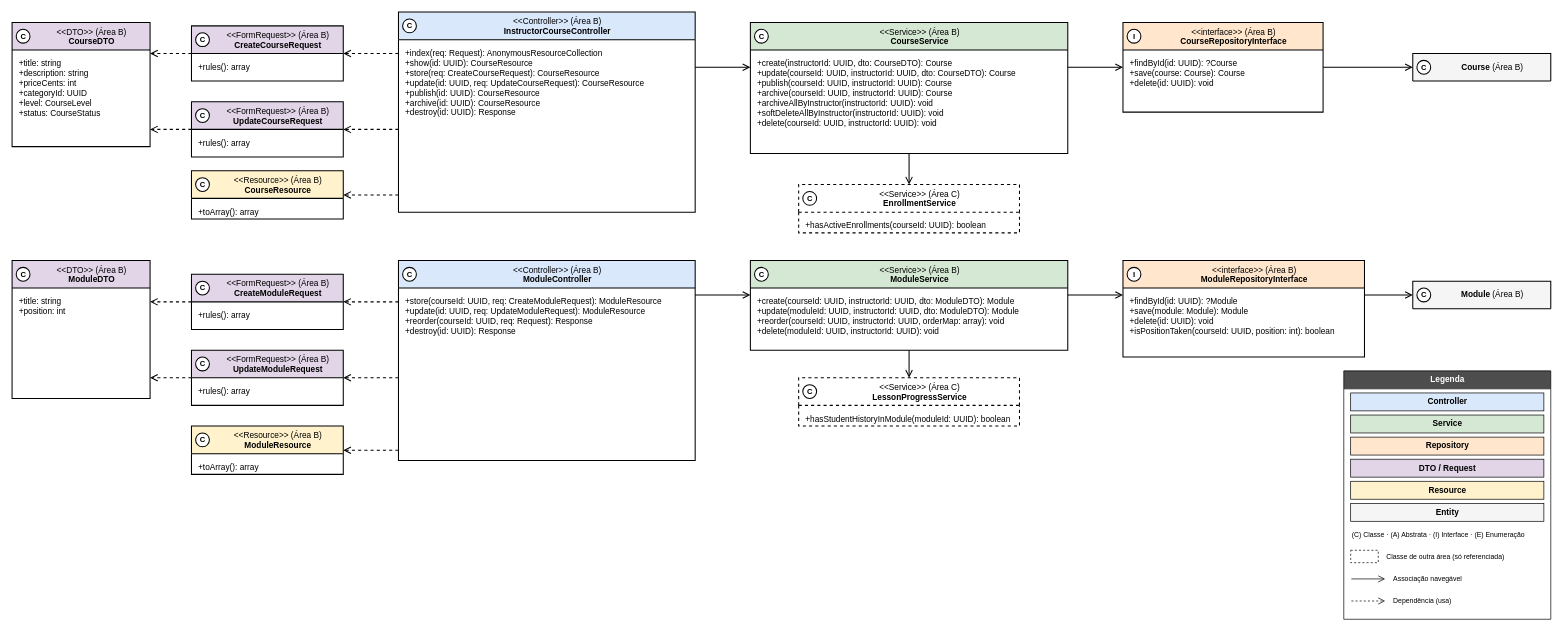
The draw.io diagram especificacao/diagramas/13-classes-area-b-implementacao-cursos-modulos.drawio in Plataforma-de-Cursos-TCC/plataforma-cursos-docs, before the edit. Source tidied: cells renumbered, new cells numbered last; positions are measured from the earlier drawing's top-left corner, leaving out a move shared by most shapes. Both pictures are drawn from the tidied source at 69%, with x=0, y=0 at pixel (12, 12).
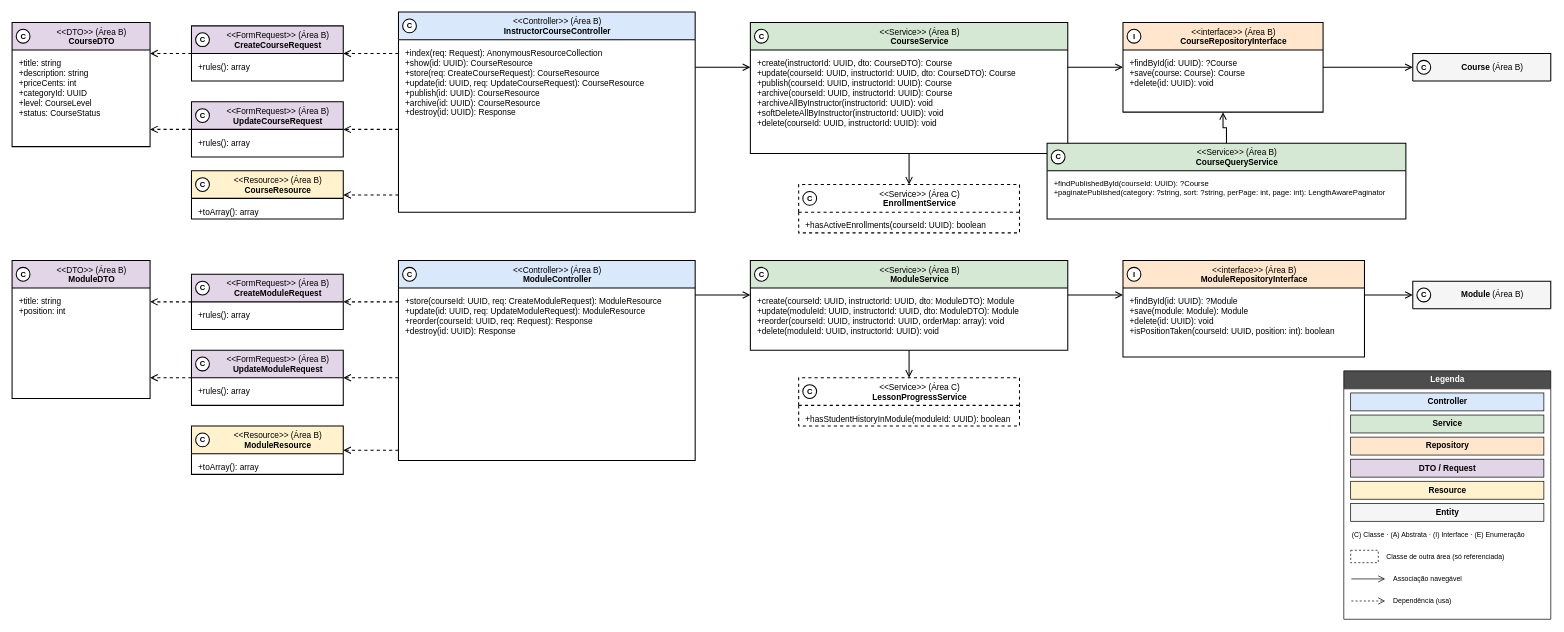
Above is the later version.

Commit message (it also covers changes not shown here):
fix(area-b): align quiz snapshot, media duration and course query service

Unchanged cells that the change refers to:
```xml
<mxCell id="24" value="&amp;lt;&amp;lt;interface&amp;gt;&amp;gt; (Área B)&lt;br&gt;&lt;b&gt;CourseRepositoryInterface&lt;/b&gt;" style="swimlane;html=1;fontStyle=0;align=center;verticalAlign=top;startSize=40;fillColor=#FFE6CC;swimlaneFillColor=#FFFFFF;strokeColor=#000000;strokeWidth=1.5;fontFamily=Helvetica;fontSize=12;fontColor=#000000;rounded=0;spacingLeft=30;" parent="1" vertex="1">
  <mxGeometry x="1610" y="15" width="290" height="130" as="geometry" />
</mxCell>
```

What changed in the source:
```diff
@@
+    <mxCell id="90" value="&amp;lt;&amp;lt;Service&amp;gt;&amp;gt; (Área B)&lt;br&gt;&lt;b&gt;CourseQueryService&lt;/b&gt;" style="swimlane;html=1;fontStyle=0;align=center;verticalAlign=top;startSize=40;fillColor=#D5E8D4;swimlaneFillColor=#FFFFFF;strokeColor=#000000;strokeWidth=1.5;fontFamily=Helvetica;fontSize=12;fontColor=#000000;rounded=0;spacingLeft=30;" parent="1" vertex="1">
+      <mxGeometry x="1500" y="190" width="520" height="110" as="geometry" />
+    </mxCell>
+    <mxCell id="91" value="+findPublishedById(courseId: UUID): ?Course&lt;br&gt;+paginatePublished(category: ?string, sort: ?string, perPage: int, page: int): LengthAwarePaginator" style="text;html=1;align=left;verticalAlign=top;spacingLeft=8;spacingRight=8;spacingTop=6;fontSize=11;fontFamily=Helvetica;fontColor=#000000;strokeColor=none;fillColor=none;" parent="90" vertex="1">
+      <mxGeometry y="40" width="520" height="70" as="geometry" />
+    </mxCell>
@@
+    <mxCell id="92" style="edgeStyle=orthogonalEdgeStyle;rounded=0;html=1;strokeColor=#000000;strokeWidth=1.5;endArrow=open;endFill=0;endSize=8;exitX=0.5;exitY=0;entryX=0.5;entryY=1;" parent="1" edge="1" source="90" target="24">
+      <mxGeometry relative="1" as="geometry" />
+    </mxCell>
@@
+    <mxCell id="93" value="C" style="ellipse;html=1;fillColor=#FFFFFF;strokeColor=#000000;strokeWidth=1.5;fontFamily=Helvetica;fontSize=11;fontStyle=1;fontColor=#000000;" parent="1" vertex="1">
+      <mxGeometry x="1506" y="200" width="20" height="20" as="geometry" />
+    </mxCell>
```
